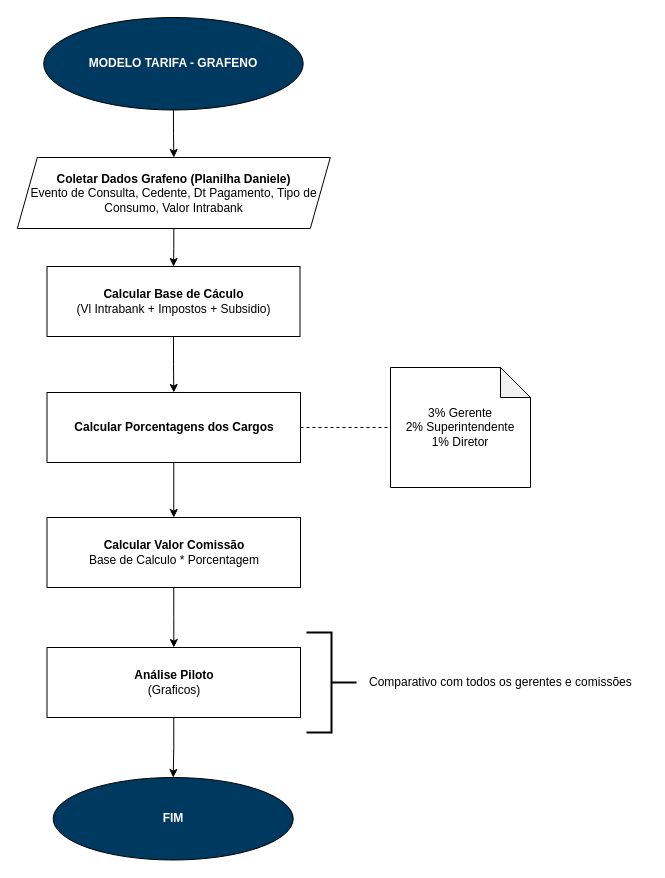
The draw.io diagram page "MODELO TARIFA - GRAFENO" (3 of 4) of FLUXOGRAMAS.drawio in henriquelima0/exercicios-fiap, before the edit. Source tidied: cells renumbered, new cells numbered last; positions are measured from the earlier drawing's top-left corner, leaving out a move shared by most shapes. Both pictures are drawn from the tidied source at 100%, with x=0, y=0 at pixel (17, 17).
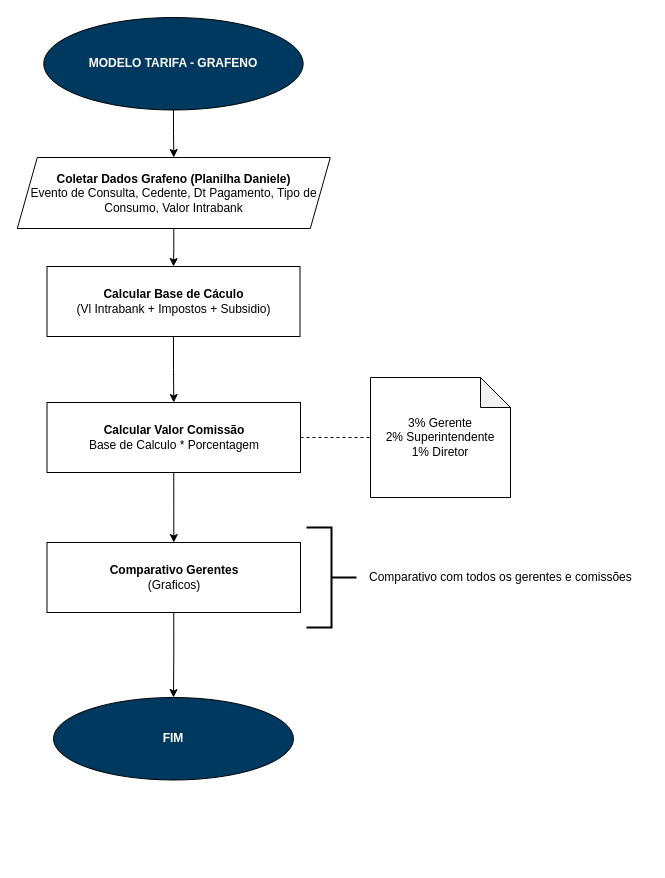
The same page after the edit.

Diff of the diagram source:
```diff
@@
 <mxGraphModel>
   <root>
     <mxCell id="0" />
     <mxCell id="1" parent="0" />
     <mxCell id="2" style="edgeStyle=orthogonalEdgeStyle;rounded=0;jettySize=auto;html=1;exitX=0.5;exitY=1;exitDx=0;exitDy=0;" parent="1" edge="1" source="18" target="4">
       <mxGeometry relative="1" as="geometry" />
     </mxCell>
-    <mxCell id="3" style="edgeStyle=orthogonalEdgeStyle;rounded=0;jettySize=auto;html=1;exitX=0.5;exitY=1;exitDx=0;exitDy=0;" parent="1" edge="1" source="4" target="9">
+    <mxCell id="3" style="edgeStyle=orthogonalEdgeStyle;rounded=0;jettySize=auto;html=1;exitX=0.5;exitY=1;exitDx=0;exitDy=0;" parent="1" edge="1" source="4" target="11">
       <mxGeometry relative="1" as="geometry" />
     </mxCell>
     <mxCell id="4" value="&lt;b&gt;Calcular Base de Cáculo &lt;/b&gt;&lt;br&gt;(Vl Intrabank + Impostos + Subsidio)" style="rounded=0;whiteSpace=wrap;html=1;" parent="1" vertex="1">
       <mxGeometry x="29.5" y="249" width="253" height="70" as="geometry" />
     </mxCell>
     <mxCell id="5" style="edgeStyle=orthogonalEdgeStyle;rounded=0;jettySize=auto;html=1;exitX=0.5;exitY=1;exitDx=0;exitDy=0;entryX=0.5;entryY=0;entryDx=0;entryDy=0;" parent="1" edge="1" source="6" target="18">
       <mxGeometry relative="1" as="geometry" />
     </mxCell>
     <mxCell id="6" value="&lt;b&gt;&lt;font color=&quot;#ffffff&quot;&gt;MODELO TARIFA - GRAFENO&lt;/font&gt;&lt;/b&gt;" style="ellipse;whiteSpace=wrap;html=1;fillColor=#003960;" parent="1" vertex="1">
       <mxGeometry x="26.2" width="259.5" height="92.5" as="geometry" />
     </mxCell>
     <mxCell id="7" value="&lt;b&gt;&lt;font color=&quot;#ffffff&quot;&gt;FIM&lt;/font&gt;&lt;/b&gt;" style="ellipse;whiteSpace=wrap;html=1;fillColor=#003960;" parent="1" vertex="1">
-      <mxGeometry x="35.7" y="760" width="240" height="82.5" as="geometry" />
+      <mxGeometry x="36" y="680" width="240" height="82.5" as="geometry" />
     </mxCell>
-    <mxCell id="8" style="edgeStyle=orthogonalEdgeStyle;rounded=0;jettySize=auto;html=1;exitX=0.5;exitY=1;exitDx=0;exitDy=0;entryX=0.5;entryY=0;entryDx=0;entryDy=0;" parent="1" edge="1" source="9" target="11">
-      <mxGeometry relative="1" as="geometry" />
-    </mxCell>
-    <mxCell id="9" value="&lt;b&gt;Calcular Porcentagens dos Cargos&lt;/b&gt;" style="rounded=0;whiteSpace=wrap;html=1;" parent="1" vertex="1">
-      <mxGeometry x="29.5" y="375" width="253.5" height="70" as="geometry" />
-    </mxCell>
     <mxCell id="10" style="edgeStyle=orthogonalEdgeStyle;rounded=0;jettySize=auto;html=1;exitX=0.5;exitY=1;exitDx=0;exitDy=0;" parent="1" edge="1" source="11" target="13">
       <mxGeometry relative="1" as="geometry" />
     </mxCell>
-    <mxCell id="11" value="&lt;b&gt;Calcular Valor Comissão&lt;/b&gt;&lt;br&gt;Base de Calculo * Porcentagem" style="rounded=0;whiteSpace=wrap;html=1;" parent="1" vertex="1">
-      <mxGeometry x="29.5" y="500" width="253.5" height="70" as="geometry" />
-    </mxCell>
     <mxCell id="12" style="edgeStyle=orthogonalEdgeStyle;rounded=0;jettySize=auto;html=1;exitX=0.5;exitY=1;exitDx=0;exitDy=0;entryX=0.5;entryY=0;entryDx=0;entryDy=0;" parent="1" edge="1" source="13" target="7">
       <mxGeometry relative="1" as="geometry" />
     </mxCell>
+    <mxCell id="18" value="&lt;div&gt;&lt;br&gt;&lt;/div&gt;&lt;div&gt;&lt;b&gt;Coletar Dados Grafeno (Planilha Daniele)&lt;/b&gt;&lt;br&gt;Evento de Consulta, Cedente, Dt Pagamento, Tipo de Consumo, Valor Intrabank&lt;br&gt;&lt;div&gt;&lt;br&gt;&lt;/div&gt;&lt;/div&gt;" style="shape=parallelogram;perimeter=parallelogramPerimeter;whiteSpace=wrap;html=1;fixedSize=1;" parent="1" vertex="1">
+      <mxGeometry x="-0.2" y="140" width="313" height="71" as="geometry" />
+    </mxCell>
+    <mxCell id="19" style="group;" parent="1" vertex="1">
+      <mxGeometry x="29.5" y="510" width="600.5" height="100" as="geometry" />
+    </mxCell>
-    <mxCell id="13" value="&lt;b&gt;Análise Piloto&lt;/b&gt;&lt;br&gt;(Graficos)" style="rounded=0;whiteSpace=wrap;html=1;" parent="1" vertex="1">
-      <mxGeometry x="29.5" y="630" width="253.5" height="70" as="geometry" />
+    <mxCell id="13" value="&lt;b&gt;Comparativo Gerentes&lt;/b&gt;&lt;br&gt;(Graficos)" style="rounded=0;whiteSpace=wrap;html=1;" parent="19" vertex="1">
+      <mxGeometry y="15" width="253.5" height="70" as="geometry" />
     </mxCell>
-    <mxCell id="14" style="strokeWidth=2;html=1;shape=mxgraph.flowchart.annotation_2;align=left;labelPosition=right;direction=west;fillColor=#003960;" parent="1" vertex="1">
-      <mxGeometry x="289" y="615" width="50" height="100" as="geometry" />
+    <mxCell id="14" style="strokeWidth=2;html=1;shape=mxgraph.flowchart.annotation_2;align=left;labelPosition=right;direction=west;fillColor=#003960;" parent="19" vertex="1">
+      <mxGeometry x="259.5" width="50" height="100" as="geometry" />
     </mxCell>
-    <mxCell id="15" value="&lt;h1 style=&quot;margin-top: 0px;&quot;&gt;&lt;span style=&quot;font-size: 12px; font-weight: 400;&quot;&gt;Comparativo com todos os gerentes e comissões&lt;/span&gt;&lt;/h1&gt;&lt;div&gt;&lt;span style=&quot;font-size: 12px; font-weight: 400;&quot;&gt;&lt;br&gt;&lt;/span&gt;&lt;/div&gt;" style="text;html=1;whiteSpace=wrap;overflow=hidden;rounded=0;" parent="1" vertex="1">
-      <mxGeometry x="350" y="640" width="280" height="50" as="geometry" />
+    <mxCell id="15" value="&lt;h1 style=&quot;margin-top: 0px;&quot;&gt;&lt;span style=&quot;font-size: 12px; font-weight: 400;&quot;&gt;Comparativo com todos os gerentes e comissões&lt;/span&gt;&lt;/h1&gt;&lt;div&gt;&lt;span style=&quot;font-size: 12px; font-weight: 400;&quot;&gt;&lt;br&gt;&lt;/span&gt;&lt;/div&gt;" style="text;html=1;whiteSpace=wrap;overflow=hidden;rounded=0;" parent="19" vertex="1">
+      <mxGeometry x="320.5" y="25" width="280" height="50" as="geometry" />
     </mxCell>
+    <mxCell id="20" style="group;" parent="1" vertex="1">
+      <mxGeometry x="29.5" y="360" width="463.5" height="120" as="geometry" />
+    </mxCell>
+    <mxCell id="11" value="&lt;b&gt;Calcular Valor Comissão&lt;/b&gt;&lt;br&gt;Base de Calculo * Porcentagem" style="rounded=0;whiteSpace=wrap;html=1;" parent="20" vertex="1">
+      <mxGeometry y="25" width="253.5" height="70" as="geometry" />
+    </mxCell>
-    <mxCell id="16" value="&lt;div&gt;3% Gerente&lt;br&gt;2% Superintendente&lt;/div&gt;1% Diretor" style="shape=note;whiteSpace=wrap;html=1;backgroundOutline=1;darkOpacity=0.05;" parent="1" vertex="1">
-      <mxGeometry x="373" y="350" width="140" height="120" as="geometry" />
+    <mxCell id="16" value="&lt;div&gt;3% Gerente&lt;br&gt;2% Superintendente&lt;/div&gt;1% Diretor" style="shape=note;whiteSpace=wrap;html=1;backgroundOutline=1;darkOpacity=0.05;" parent="20" vertex="1">
+      <mxGeometry x="323.5" width="140" height="120" as="geometry" />
     </mxCell>
-    <mxCell id="17" style="endArrow=none;dashed=1;html=1;rounded=0;entryX=0;entryY=0.5;entryDx=0;entryDy=0;entryPerimeter=0;exitX=1;exitY=0.5;exitDx=0;exitDy=0;" parent="1" edge="1" source="9" target="16">
+    <mxCell id="17" style="endArrow=none;dashed=1;html=1;rounded=0;entryX=0;entryY=0.5;entryDx=0;entryDy=0;entryPerimeter=0;exitX=1;exitY=0.5;exitDx=0;exitDy=0;" parent="20" edge="1" source="11" target="16">
       <mxGeometry relative="1" as="geometry" />
     </mxCell>
-    <mxCell id="18" value="&lt;div&gt;&lt;br&gt;&lt;/div&gt;&lt;div&gt;&lt;b&gt;Coletar Dados Grafeno (Planilha Daniele)&lt;/b&gt;&lt;br&gt;Evento de Consulta, Cedente, Dt Pagamento, Tipo de Consumo, Valor Intrabank&lt;br&gt;&lt;div&gt;&lt;br&gt;&lt;/div&gt;&lt;/div&gt;" style="shape=parallelogram;perimeter=parallelogramPerimeter;whiteSpace=wrap;html=1;fixedSize=1;" parent="1" vertex="1">
-      <mxGeometry x="-0.2" y="140" width="313" height="71" as="geometry" />
-    </mxCell>
   </root>
 </mxGraphModel>
```
